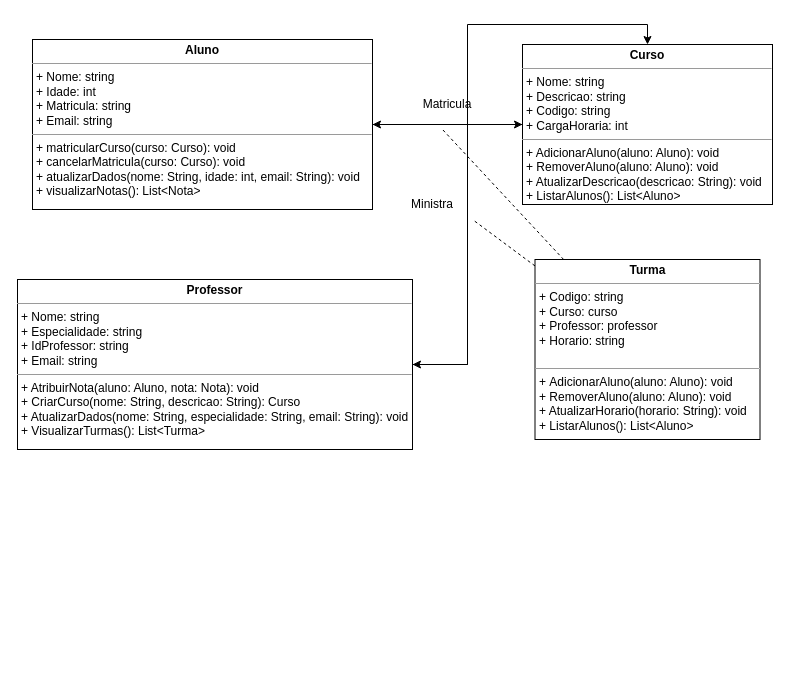
The draw.io diagram Diagramas/CÉSAR_DIAGRAMADECLASSE002.drawio in Cesarcfw/Draw.IO, before the edit. Source tidied: cells renumbered, new cells numbered last; positions are measured from the earlier drawing's top-left corner, leaving out a move shared by most shapes. Both pictures are drawn from the tidied source at 100%, with x=0, y=0 at pixel (17, 39).
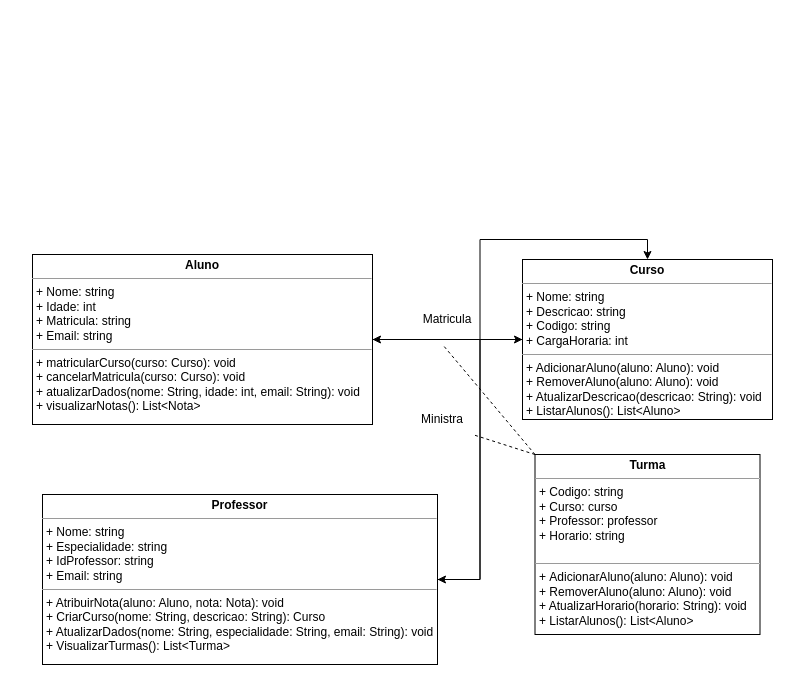
The same page after the edit.

The edit, as a diff of the source:
```diff
@@
     <mxCell id="8" value="&lt;p style=&quot;margin:0px;margin-top:4px;text-align:center;&quot;&gt;&lt;b&gt;Turma&lt;/b&gt;&lt;/p&gt;&lt;hr size=&quot;1&quot;&gt;&lt;p style=&quot;margin:0px;margin-left:4px;&quot;&gt;+ C&lt;span style=&quot;background-color: initial;&quot;&gt;odigo: string&lt;/span&gt;&lt;/p&gt;&lt;p style=&quot;margin:0px;margin-left:4px;&quot;&gt;+ Curso: curso&lt;/p&gt;&lt;p style=&quot;margin:0px;margin-left:4px;&quot;&gt;+ Professor: professor&lt;/p&gt;&lt;p style=&quot;margin:0px;margin-left:4px;&quot;&gt;+ Horario: string&lt;/p&gt;&lt;div&gt;&lt;br&gt;&lt;/div&gt;&lt;hr size=&quot;1&quot;&gt;&lt;p style=&quot;margin:0px;margin-left:4px;&quot;&gt;+&amp;nbsp;&lt;span style=&quot;background-color: initial;&quot;&gt;AdicionarAluno(aluno: Aluno): void&lt;/span&gt;&lt;/p&gt;&lt;p style=&quot;margin:0px;margin-left:4px;&quot;&gt;+ RemoverAluno(aluno: Aluno): void&lt;/p&gt;&lt;p style=&quot;margin:0px;margin-left:4px;&quot;&gt;+ AtualizarHorario(horario: String): void&lt;/p&gt;&lt;p style=&quot;margin:0px;margin-left:4px;&quot;&gt;+ ListarAlunos(): List&amp;lt;Aluno&amp;gt;&lt;/p&gt;" style="verticalAlign=top;align=left;overflow=fill;fontSize=12;fontFamily=Helvetica;html=1;rounded=0;shadow=0;comic=0;labelBackgroundColor=none;strokeWidth=1;" parent="1" vertex="1">
-      <mxGeometry x="517.5" y="220" width="225" height="180" as="geometry" />
+      <mxGeometry x="517.5" y="415" width="225" height="180" as="geometry" />
     </mxCell>
@@
     <mxCell id="11" value="&lt;p style=&quot;margin:0px;margin-top:4px;text-align:center;&quot;&gt;&lt;b&gt;Aluno&lt;/b&gt;&lt;/p&gt;&lt;hr size=&quot;1&quot;&gt;&lt;p style=&quot;margin:0px;margin-left:4px;&quot;&gt;+ Nome: string&lt;br&gt;+ Idade: int&lt;/p&gt;&lt;p style=&quot;margin:0px;margin-left:4px;&quot;&gt;+ Matricula: string&lt;/p&gt;&lt;p style=&quot;margin:0px;margin-left:4px;&quot;&gt;+ Email: string&lt;/p&gt;&lt;hr size=&quot;1&quot;&gt;&lt;p style=&quot;margin:0px;margin-left:4px;&quot;&gt;+&amp;nbsp;&lt;span style=&quot;background-color: initial;&quot;&gt;matricularCurso(curso: Curso): void&lt;/span&gt;&lt;/p&gt;&lt;p style=&quot;margin:0px;margin-left:4px;&quot;&gt;+&amp;nbsp;&lt;span style=&quot;background-color: initial;&quot;&gt;cancelarMatricula(curso: Curso): void&lt;/span&gt;&lt;/p&gt;&lt;p style=&quot;margin:0px;margin-left:4px;&quot;&gt;+ atualizarDados(nome: String, idade: int, email: String): void&lt;/p&gt;&lt;p style=&quot;margin:0px;margin-left:4px;&quot;&gt;+ visualizarNotas(): List&amp;lt;Nota&amp;gt;&lt;/p&gt;" style="verticalAlign=top;align=left;overflow=fill;fontSize=12;fontFamily=Helvetica;html=1;rounded=0;shadow=0;comic=0;labelBackgroundColor=none;strokeWidth=1;" parent="1" vertex="1">
-      <mxGeometry x="15" width="340" height="170" as="geometry" />
+      <mxGeometry x="15" y="215" width="340" height="170" as="geometry" />
     </mxCell>
@@
     <mxCell id="13" value="&lt;p style=&quot;margin:0px;margin-top:4px;text-align:center;&quot;&gt;&lt;b&gt;Professor&lt;/b&gt;&lt;/p&gt;&lt;hr size=&quot;1&quot;&gt;&lt;p style=&quot;margin:0px;margin-left:4px;&quot;&gt;+&amp;nbsp;&lt;span style=&quot;background-color: initial;&quot;&gt;Nome: string&lt;/span&gt;&lt;/p&gt;&lt;p style=&quot;margin:0px;margin-left:4px;&quot;&gt;+ Especialidade: string&lt;/p&gt;&lt;p style=&quot;margin:0px;margin-left:4px;&quot;&gt;+ IdProfessor: string&lt;/p&gt;&lt;p style=&quot;margin:0px;margin-left:4px;&quot;&gt;+ Email: string&lt;/p&gt;&lt;hr size=&quot;1&quot;&gt;&lt;p style=&quot;margin:0px;margin-left:4px;&quot;&gt;+ A&lt;span style=&quot;background-color: initial;&quot;&gt;tribuirNota(aluno: Aluno, nota: Nota): void&lt;/span&gt;&lt;/p&gt;&lt;p style=&quot;margin:0px;margin-left:4px;&quot;&gt;+ CriarCurso(nome: String, descricao: String): Curso&lt;/p&gt;&lt;p style=&quot;margin:0px;margin-left:4px;&quot;&gt;+ AtualizarDados(nome: String, especialidade: String, email: String): void&lt;/p&gt;&lt;p style=&quot;margin:0px;margin-left:4px;&quot;&gt;+ VisualizarTurmas(): List&amp;lt;Turma&amp;gt;&lt;/p&gt;" style="verticalAlign=top;align=left;overflow=fill;fontSize=12;fontFamily=Helvetica;html=1;rounded=0;shadow=0;comic=0;labelBackgroundColor=none;strokeWidth=1;" parent="1" vertex="1">
-      <mxGeometry y="240" width="395" height="170" as="geometry" />
+      <mxGeometry x="25" y="455" width="395" height="170" as="geometry" />
     </mxCell>
@@
     <mxCell id="16" value="&lt;p style=&quot;margin:0px;margin-top:4px;text-align:center;&quot;&gt;&lt;b&gt;Curso&lt;/b&gt;&lt;/p&gt;&lt;hr size=&quot;1&quot;&gt;&lt;p style=&quot;margin:0px;margin-left:4px;&quot;&gt;+&amp;nbsp;&lt;span style=&quot;background-color: initial;&quot;&gt;Nome: string&lt;/span&gt;&lt;/p&gt;&lt;p style=&quot;margin:0px;margin-left:4px;&quot;&gt;+ Descricao: string&lt;/p&gt;&lt;p style=&quot;margin:0px;margin-left:4px;&quot;&gt;+ Codigo: string&lt;/p&gt;&lt;p style=&quot;margin:0px;margin-left:4px;&quot;&gt;+ CargaHoraria: int&lt;/p&gt;&lt;hr size=&quot;1&quot;&gt;&lt;p style=&quot;margin:0px;margin-left:4px;&quot;&gt;+ A&lt;span style=&quot;background-color: initial;&quot;&gt;dicionarAluno(aluno: Aluno): void&lt;/span&gt;&lt;/p&gt;&lt;p style=&quot;margin:0px;margin-left:4px;&quot;&gt;+ RemoverAluno(aluno: Aluno): void&lt;/p&gt;&lt;p style=&quot;margin:0px;margin-left:4px;&quot;&gt;+ AtualizarDescricao(descricao: String): void&lt;/p&gt;&lt;p style=&quot;margin:0px;margin-left:4px;&quot;&gt;+ ListarAlunos(): List&amp;lt;Aluno&amp;gt;&lt;/p&gt;" style="verticalAlign=top;align=left;overflow=fill;fontSize=12;fontFamily=Helvetica;html=1;rounded=0;shadow=0;comic=0;labelBackgroundColor=none;strokeWidth=1;" parent="1" vertex="1">
-      <mxGeometry x="505" y="5" width="250" height="160" as="geometry" />
+      <mxGeometry x="505" y="220" width="250" height="160" as="geometry" />
     </mxCell>
@@
-    <mxCell id="18" style="endArrow=none;dashed=1;html=1;rounded=0;" parent="1" edge="1" source="8">
+    <mxCell id="18" style="endArrow=none;dashed=1;html=1;rounded=0;exitX=0;exitY=0;exitDx=0;exitDy=0;" parent="1" edge="1" source="8">
       <mxGeometry relative="1" as="geometry">
-        <mxPoint x="425" y="90" as="targetPoint" />
+        <mxPoint x="425" y="305" as="targetPoint" />
       </mxGeometry>
     </mxCell>
-    <mxCell id="19" style="endArrow=none;dashed=1;html=1;rounded=0;" parent="1" edge="1" source="8">
+    <mxCell id="19" style="endArrow=none;dashed=1;html=1;rounded=0;exitX=0;exitY=0;exitDx=0;exitDy=0;" parent="1" edge="1" source="8">
       <mxGeometry relative="1" as="geometry">
-        <mxPoint x="455" y="180" as="targetPoint" />
+        <mxPoint x="455" y="395" as="targetPoint" />
       </mxGeometry>
     </mxCell>
     <mxCell id="20" value="Matricula" style="text;html=1;align=center;verticalAlign=middle;whiteSpace=wrap;rounded=0;" parent="1" vertex="1">
-      <mxGeometry x="400" y="50" width="60" height="30" as="geometry" />
+      <mxGeometry x="400" y="265" width="60" height="30" as="geometry" />
     </mxCell>
     <mxCell id="21" value="Ministra" style="text;html=1;align=center;verticalAlign=middle;whiteSpace=wrap;rounded=0;" parent="1" vertex="1">
-      <mxGeometry x="385" y="150" width="60" height="30" as="geometry" />
+      <mxGeometry x="395" y="365" width="60" height="30" as="geometry" />
     </mxCell>
```
